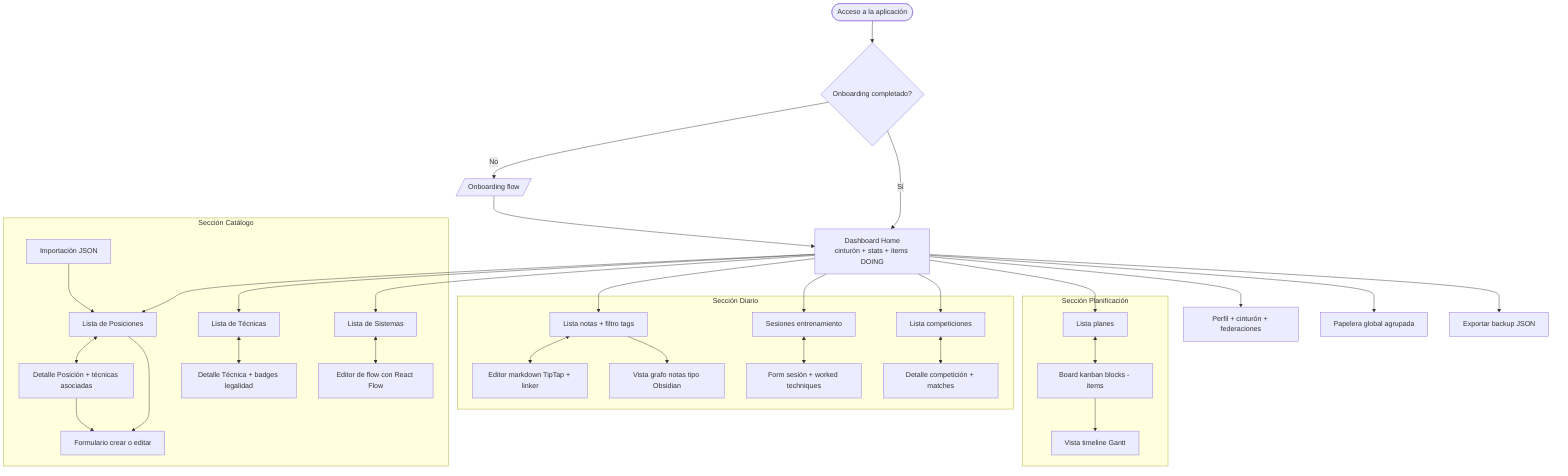
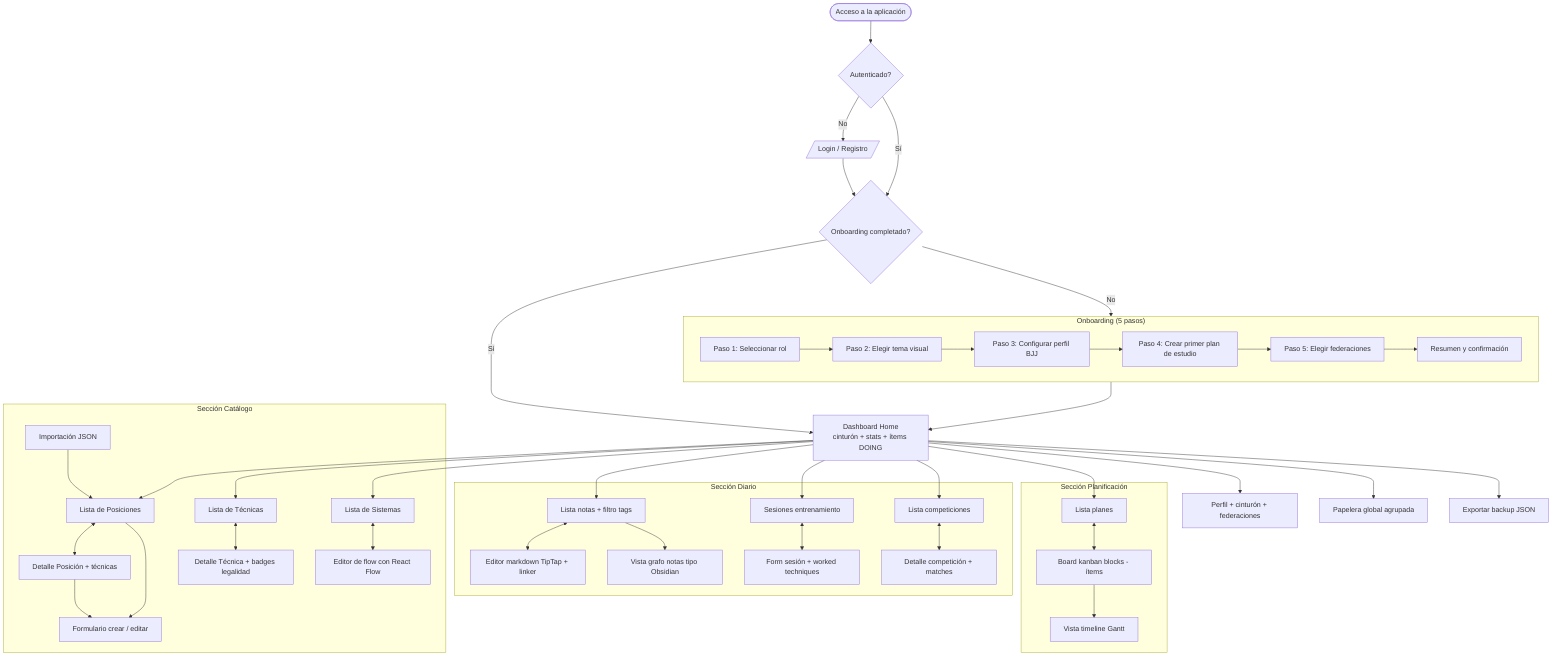
flowchart TB
    Start([Acceso a la aplicación])
+     GuardAuth{Autenticado?}
+     Login[/Login / Registro/]
    GuardOnboarding{Onboarding completado?}
-     Onboarding[/Onboarding flow/]
-     Home[Dashboard Home<br/>cinturón + stats + items DOING]
+ 
+     subgraph OnboardingFlow["Onboarding (5 pasos)"]
+         OB1[Paso 1: Seleccionar rol]
+         OB2[Paso 2: Elegir tema visual]
+         OB3[Paso 3: Configurar perfil BJJ]
+         OB4[Paso 4: Crear primer plan de estudio]
+         OB5[Paso 5: Elegir federaciones]
+         OB6[Resumen y confirmación]
+         OB1 --> OB2 --> OB3 --> OB4 --> OB5 --> OB6
+     end
+ 
+     Home[Dashboard Home<br/>cinturón + stats + ítems DOING]

    subgraph CatalogoNav["Sección Catálogo"]
        ListPos[Lista de Posiciones]
-         DetailPos[Detalle Posición + técnicas asociadas]
-         FormPos[Formulario crear o editar]
+         DetailPos[Detalle Posición + técnicas]
+         FormPos[Formulario crear / editar]
        ListTech[Lista de Técnicas]
        DetailTech[Detalle Técnica + badges legalidad]
        ListSys[Lista de Sistemas]
        EditorSys[Editor de flow con React Flow]
        ImportPage[Importación JSON]
    end

    subgraph DiarioNav["Sección Diario"]
        NotesList[Lista notas + filtro tags]
        NoteEditor[Editor markdown TipTap + linker]
        NoteGraph[Vista grafo notas tipo Obsidian]
        SessionsList[Sesiones entrenamiento]
        SessionForm[Form sesión + worked techniques]
        CompList[Lista competiciones]
        CompDetail[Detalle competición + matches]
    end

    subgraph PlanNav["Sección Planificación"]
        PlansList[Lista planes]
-         PlanBoard[Board kanban blocks - items]
+         PlanBoard[Board kanban blocks - ítems]
        PlanGantt[Vista timeline Gantt]
    end

    Profile[Perfil + cinturón + federaciones]
    Trash[Papelera global agrupada]
    Export[Exportar backup JSON]

-     Start --> GuardOnboarding
-     GuardOnboarding -->|No| Onboarding
+     Start --> GuardAuth
+     GuardAuth -->|No| Login
+     Login --> GuardOnboarding
+     GuardAuth -->|Sí| GuardOnboarding
+     GuardOnboarding -->|No| OnboardingFlow
    GuardOnboarding -->|Sí| Home
-     Onboarding --> Home
+     OnboardingFlow --> Home

    Home --> ListPos
    Home --> ListTech
    Home --> ListSys
    Home --> NotesList
    Home --> SessionsList
    Home --> CompList
    Home --> PlansList

    ListPos <--> DetailPos
    ListPos --> FormPos
    DetailPos --> FormPos
    ListTech <--> DetailTech
    ListSys <--> EditorSys
    ImportPage --> ListPos

    NotesList <--> NoteEditor
    NotesList --> NoteGraph
    SessionsList <--> SessionForm
    CompList <--> CompDetail

    PlansList <--> PlanBoard
    PlanBoard --> PlanGantt

    Home --> Profile
    Home --> Trash
    Home --> Export
